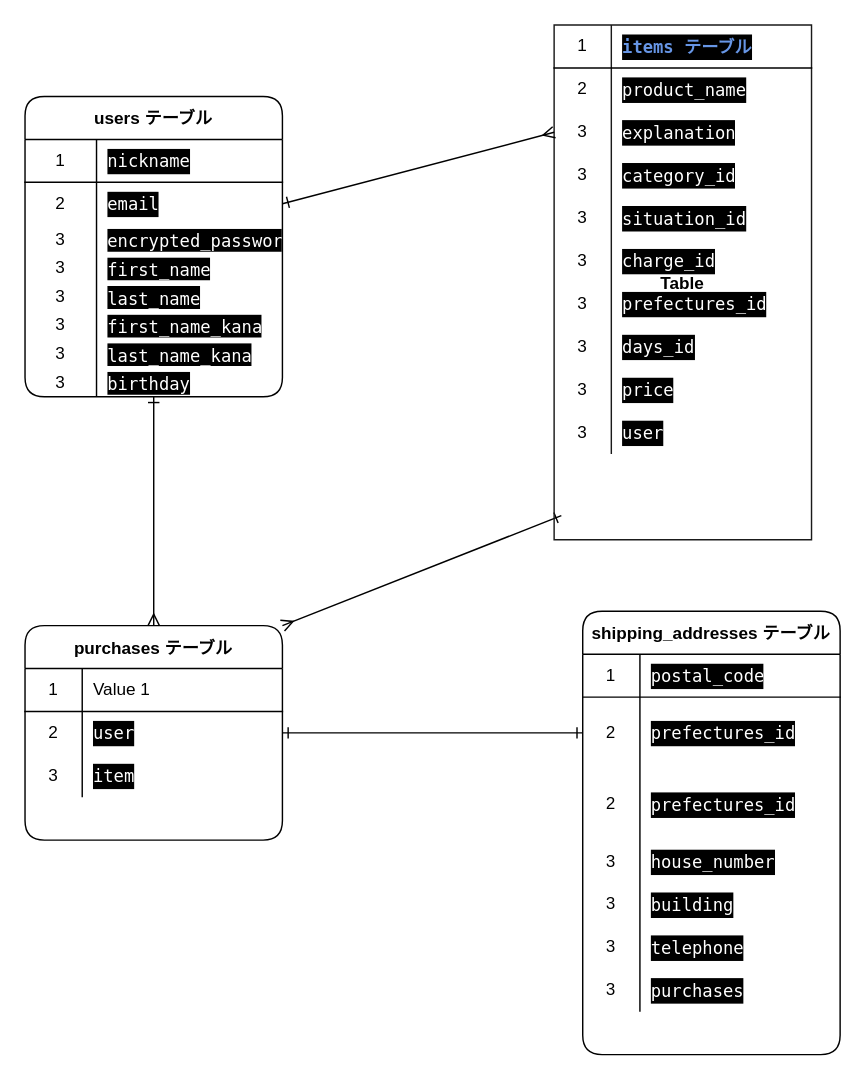
This is er.dio from umeharaharuki/furima-37874, a draw.io file, before an edit. Source tidied: cells renumbered, new cells numbered last; positions are measured from the earlier drawing's top-left corner, leaving out a move shared by most shapes. Both pictures are drawn from the tidied source at 143%, with x=0, y=0 at pixel (24, 24).
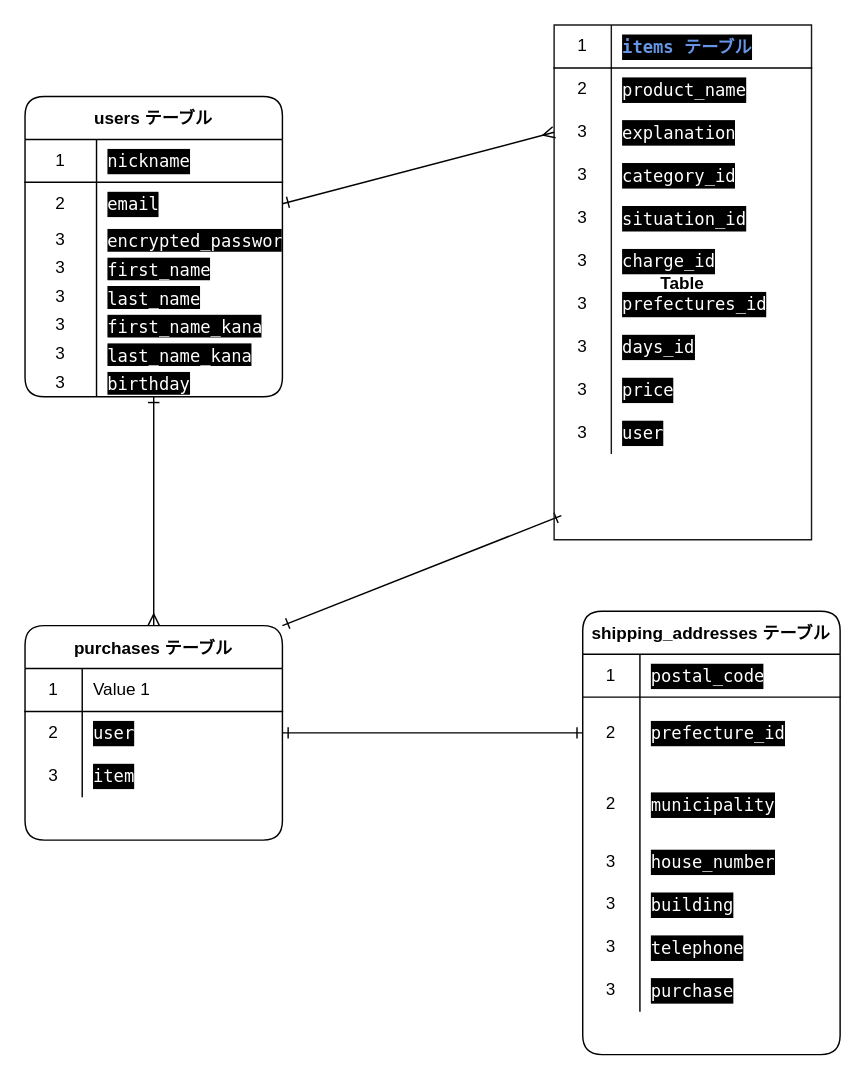
After the change.

Unchanged cells that the change refers to:
```xml
<mxCell id="29" value="Table" style="shape=table;startSize=0;childLayout=tableLayout;rowLines=0;fontStyle=1;align=center;rounded=1;strokeColor=#1A1A1A;fillColor=none;" parent="1" vertex="1">
  <mxGeometry x="370" width="180" height="360" as="geometry" />
</mxCell>
<mxCell id="60" value="purchases テーブル" style="shape=table;startSize=30;childLayout=tableLayout;rowLines=0;fontStyle=1;align=center;rounded=1;" parent="1" vertex="1">
  <mxGeometry y="420" width="180" height="150" as="geometry" />
</mxCell>
<mxCell id="74" style="shape=partialRectangle;html=1;whiteSpace=wrap;fillColor=none;top=0;left=0;bottom=0;right=0;points=[[0,0.5],[1,0.5]];portConstraint=eastwest;rounded=1;" parent="70" vertex="1">
  <mxGeometry y="60" width="180" height="50" as="geometry" />
</mxCell>
<mxCell id="77" style="shape=partialRectangle;html=1;whiteSpace=wrap;fillColor=none;top=0;left=0;bottom=0;right=0;rounded=1;" parent="70" vertex="1">
  <mxGeometry y="110" width="180" height="50" as="geometry" />
</mxCell>
<mxCell id="89" style="shape=partialRectangle;html=1;whiteSpace=wrap;fillColor=none;top=0;left=0;bottom=0;right=0;rounded=1;" parent="70" vertex="1">
  <mxGeometry y="250" width="180" height="30" as="geometry" />
</mxCell>
```

Change to the diagram source:
```diff
@@
-    <mxCell id="28" style="edgeStyle=none;html=1;startArrow=ERone;startFill=0;endArrow=ERmany;endFill=0;exitX=0.028;exitY=0.953;exitDx=0;exitDy=0;exitPerimeter=0;entryX=1;entryY=0;entryDx=0;entryDy=0;" parent="1" edge="1" source="29" target="60">
+    <mxCell id="28" style="edgeStyle=none;html=1;startArrow=ERone;startFill=0;endArrow=ERone;endFill=0;exitX=0.028;exitY=0.953;exitDx=0;exitDy=0;exitPerimeter=0;entryX=1;entryY=0;entryDx=0;entryDy=0;" parent="1" edge="1" source="29" target="60">
       <mxGeometry relative="1" as="geometry" />
     </mxCell>
@@
-    <mxCell id="76" value="&lt;div style=&quot;color: rgb(255 , 255 , 255) ; background-color: rgb(0 , 0 , 0) ; font-family: &amp;#34;menlo&amp;#34; , &amp;#34;monaco&amp;#34; , &amp;#34;courier new&amp;#34; , monospace ; line-height: 18px&quot;&gt;prefectures_id&lt;/div&gt;" style="shape=partialRectangle;html=1;whiteSpace=wrap;fillColor=none;top=0;left=0;bottom=0;right=0;align=left;spacingLeft=6;overflow=hidden;rounded=1;" parent="74" vertex="1">
+    <mxCell id="76" value="&lt;div style=&quot;color: rgb(255 , 255 , 255) ; background-color: rgb(0 , 0 , 0) ; font-family: &amp;#34;menlo&amp;#34; , &amp;#34;monaco&amp;#34; , &amp;#34;courier new&amp;#34; , monospace ; line-height: 18px&quot;&gt;prefecture_id&lt;/div&gt;" style="shape=partialRectangle;html=1;whiteSpace=wrap;fillColor=none;top=0;left=0;bottom=0;right=0;align=left;spacingLeft=6;overflow=hidden;rounded=1;" parent="74" vertex="1">
       <mxGeometry x="40" width="140" height="50" as="geometry" />
     </mxCell>
@@
-    <mxCell id="79" value="&lt;div style=&quot;color: rgb(255 , 255 , 255) ; background-color: rgb(0 , 0 , 0) ; font-family: &amp;#34;menlo&amp;#34; , &amp;#34;monaco&amp;#34; , &amp;#34;courier new&amp;#34; , monospace ; line-height: 18px&quot;&gt;prefectures_id&lt;/div&gt;" style="shape=partialRectangle;html=1;whiteSpace=wrap;fillColor=none;top=0;left=0;bottom=0;right=0;align=left;spacingLeft=6;overflow=hidden;rounded=1;" parent="77" vertex="1">
+    <mxCell id="79" value="&lt;div style=&quot;color: rgb(255 , 255 , 255) ; background-color: rgb(0 , 0 , 0) ; font-family: &amp;#34;menlo&amp;#34; , &amp;#34;monaco&amp;#34; , &amp;#34;courier new&amp;#34; , monospace ; line-height: 18px&quot;&gt;&lt;div style=&quot;font-family: &amp;#34;menlo&amp;#34; , &amp;#34;monaco&amp;#34; , &amp;#34;courier new&amp;#34; , monospace ; line-height: 18px&quot;&gt;municipality&lt;/div&gt;&lt;/div&gt;" style="shape=partialRectangle;html=1;whiteSpace=wrap;fillColor=none;top=0;left=0;bottom=0;right=0;align=left;spacingLeft=6;overflow=hidden;rounded=1;" parent="77" vertex="1">
       <mxGeometry x="40" width="140" height="50" as="geometry" />
     </mxCell>
@@
-    <mxCell id="91" value="&lt;div style=&quot;color: rgb(255 , 255 , 255) ; background-color: rgb(0 , 0 , 0) ; font-family: &amp;#34;menlo&amp;#34; , &amp;#34;monaco&amp;#34; , &amp;#34;courier new&amp;#34; , monospace ; line-height: 18px&quot;&gt;&lt;div style=&quot;font-family: &amp;#34;menlo&amp;#34; , &amp;#34;monaco&amp;#34; , &amp;#34;courier new&amp;#34; , monospace ; line-height: 18px&quot;&gt;&lt;div style=&quot;font-family: &amp;#34;menlo&amp;#34; , &amp;#34;monaco&amp;#34; , &amp;#34;courier new&amp;#34; , monospace ; line-height: 18px&quot;&gt;&lt;div style=&quot;font-family: &amp;#34;menlo&amp;#34; , &amp;#34;monaco&amp;#34; , &amp;#34;courier new&amp;#34; , monospace ; line-height: 18px&quot;&gt;purchases&lt;/div&gt;&lt;/div&gt;&lt;/div&gt;&lt;/div&gt;" style="shape=partialRectangle;html=1;whiteSpace=wrap;fillColor=none;top=0;left=0;bottom=0;right=0;align=left;spacingLeft=6;overflow=hidden;rounded=1;" parent="89" vertex="1">
+    <mxCell id="91" value="&lt;div style=&quot;color: rgb(255 , 255 , 255) ; background-color: rgb(0 , 0 , 0) ; font-family: &amp;#34;menlo&amp;#34; , &amp;#34;monaco&amp;#34; , &amp;#34;courier new&amp;#34; , monospace ; line-height: 18px&quot;&gt;&lt;div style=&quot;font-family: &amp;#34;menlo&amp;#34; , &amp;#34;monaco&amp;#34; , &amp;#34;courier new&amp;#34; , monospace ; line-height: 18px&quot;&gt;&lt;div style=&quot;font-family: &amp;#34;menlo&amp;#34; , &amp;#34;monaco&amp;#34; , &amp;#34;courier new&amp;#34; , monospace ; line-height: 18px&quot;&gt;&lt;div style=&quot;font-family: &amp;#34;menlo&amp;#34; , &amp;#34;monaco&amp;#34; , &amp;#34;courier new&amp;#34; , monospace ; line-height: 18px&quot;&gt;purchase&lt;/div&gt;&lt;/div&gt;&lt;/div&gt;&lt;/div&gt;" style="shape=partialRectangle;html=1;whiteSpace=wrap;fillColor=none;top=0;left=0;bottom=0;right=0;align=left;spacingLeft=6;overflow=hidden;rounded=1;" parent="89" vertex="1">
       <mxGeometry x="40" width="140" height="30" as="geometry" />
     </mxCell>
```
